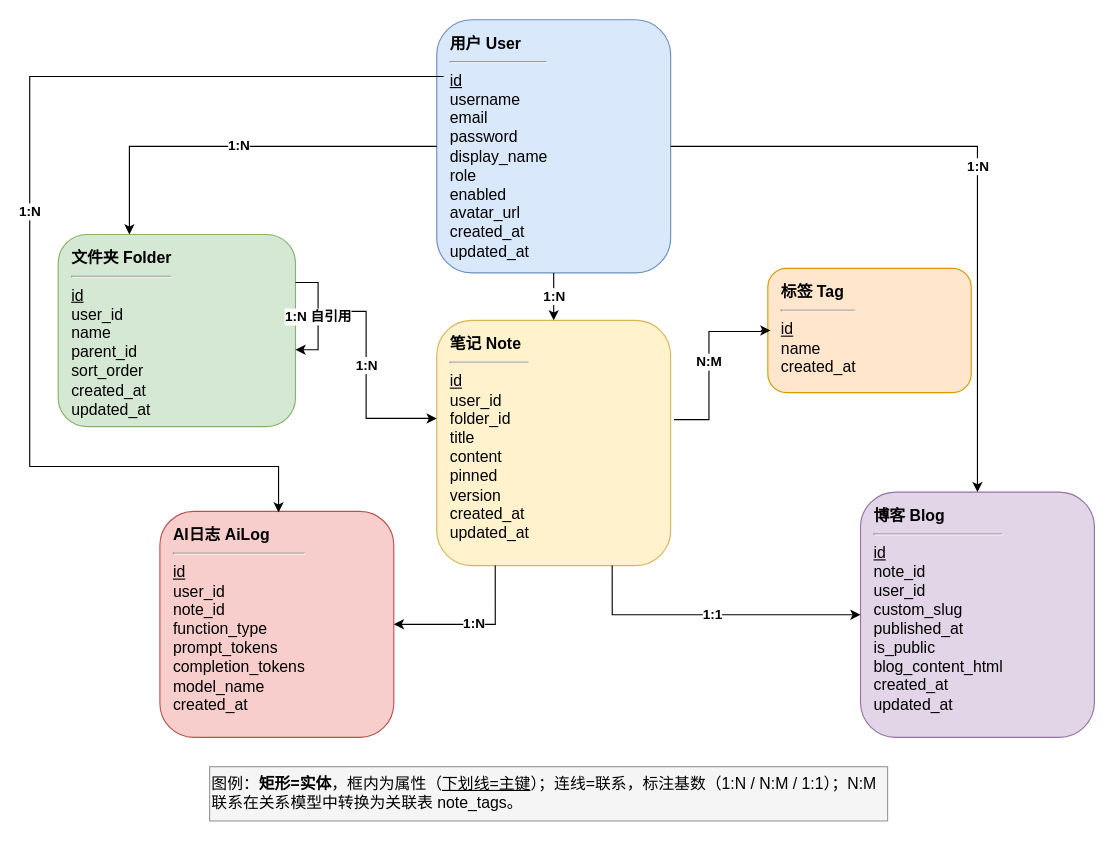
Earlier version of the draw.io diagram E-R图.drawio (SeekLife0/diagrams). Source tidied: cells renumbered, new cells numbered last; positions are measured from the earlier drawing's top-left corner, leaving out a move shared by most shapes. Both pictures are drawn from the tidied source at 113%, with x=0, y=0 at pixel (29, 19).
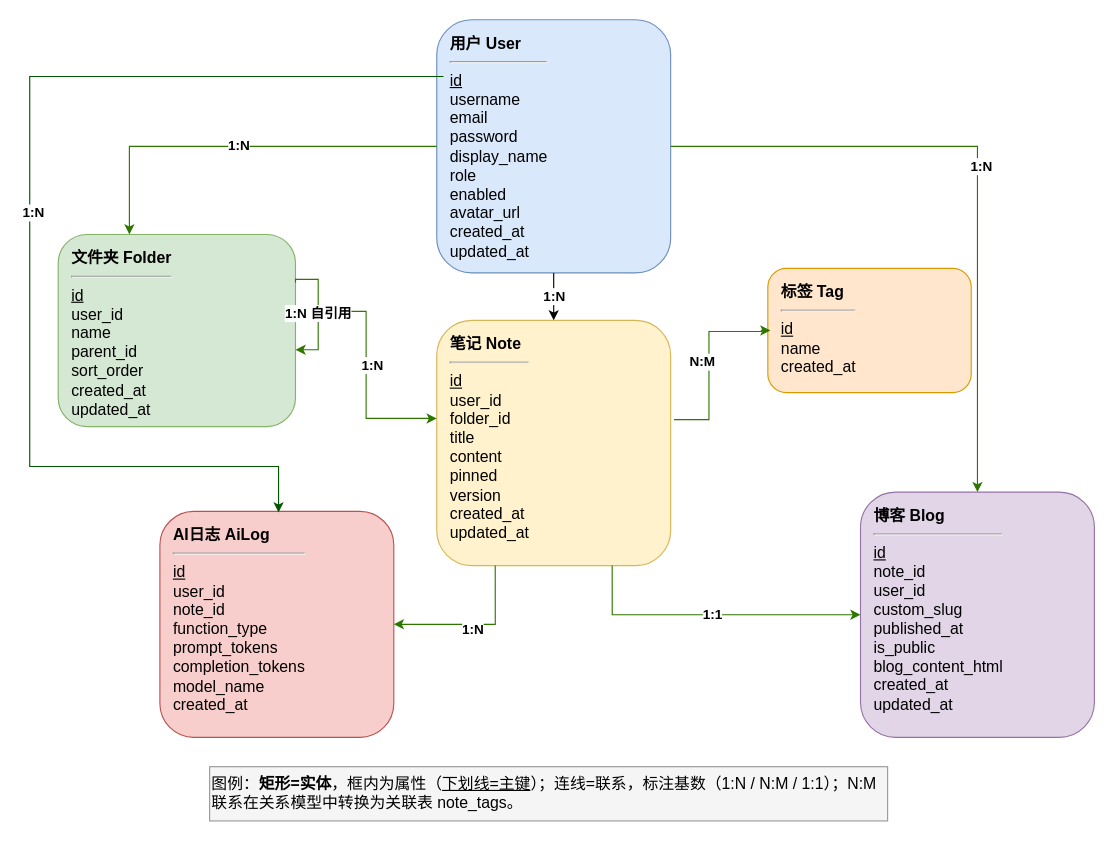
After the change.

Unchanged cells that the change refers to:
```xml
<mxCell id="2" value="&lt;b&gt;用户 User&lt;/b&gt;&lt;br&gt;&lt;hr&gt;&lt;u&gt;id&lt;/u&gt;&lt;br&gt;username&lt;br&gt;email&lt;br&gt;password&lt;br&gt;display_name&lt;br&gt;role&lt;br&gt;enabled&lt;br&gt;avatar_url&lt;br&gt;created_at&lt;br&gt;updated_at" style="rounded=1;whiteSpace=wrap;html=1;fillColor=#dae8fc;strokeColor=#6c8ebf;verticalAlign=top;align=left;spacingLeft=10;spacingTop=6;fontSize=14;" parent="1" vertex="1">
  <mxGeometry x="360" width="207" height="224" as="geometry" />
</mxCell>
<mxCell id="3" value="&lt;b&gt;文件夹 Folder&lt;/b&gt;&lt;br&gt;&lt;hr&gt;&lt;u&gt;id&lt;/u&gt;&lt;br&gt;user_id&lt;br&gt;name&lt;br&gt;parent_id&lt;br&gt;sort_order&lt;br&gt;created_at&lt;br&gt;updated_at" style="rounded=1;whiteSpace=wrap;html=1;fillColor=#d5e8d4;strokeColor=#82b366;verticalAlign=top;align=left;spacingLeft=10;spacingTop=6;fontSize=14;" parent="1" vertex="1">
  <mxGeometry x="25" y="190" width="210" height="170" as="geometry" />
</mxCell>
<mxCell id="4" value="&lt;b&gt;笔记 Note&lt;/b&gt;&lt;br&gt;&lt;hr&gt;&lt;u&gt;id&lt;/u&gt;&lt;br&gt;user_id&lt;br&gt;folder_id&lt;br&gt;title&lt;br&gt;content&lt;br&gt;pinned&lt;br&gt;version&lt;br&gt;created_at&lt;br&gt;updated_at" style="rounded=1;whiteSpace=wrap;html=1;fillColor=#fff2cc;strokeColor=#d6b656;verticalAlign=top;align=left;spacingLeft=10;spacingTop=6;fontSize=14;" parent="1" vertex="1">
  <mxGeometry x="360" y="266" width="207" height="217" as="geometry" />
</mxCell>
<mxCell id="5" value="&lt;b&gt;标签 Tag&lt;/b&gt;&lt;br&gt;&lt;hr&gt;&lt;u&gt;id&lt;/u&gt;&lt;br&gt;name&lt;br&gt;created_at" style="rounded=1;whiteSpace=wrap;html=1;fillColor=#ffe6cc;strokeColor=#d79b00;verticalAlign=top;align=left;spacingLeft=10;spacingTop=6;fontSize=14;" parent="1" vertex="1">
  <mxGeometry x="653" y="220" width="180" height="110" as="geometry" />
</mxCell>
<mxCell id="6" value="&lt;b&gt;博客 Blog&lt;/b&gt;&lt;br&gt;&lt;hr&gt;&lt;u&gt;id&lt;/u&gt;&lt;br&gt;note_id&lt;br&gt;user_id&lt;br&gt;custom_slug&lt;br&gt;published_at&lt;br&gt;is_public&lt;br&gt;blog_content_html&lt;br&gt;created_at&lt;br&gt;updated_at" style="rounded=1;whiteSpace=wrap;html=1;fillColor=#e1d5e7;strokeColor=#9673a6;verticalAlign=top;align=left;spacingLeft=10;spacingTop=6;fontSize=14;" parent="1" vertex="1">
  <mxGeometry x="735" y="418" width="207" height="217" as="geometry" />
</mxCell>
<mxCell id="7" value="&lt;b&gt;AI日志 AiLog&lt;/b&gt;&lt;br&gt;&lt;hr&gt;&lt;u&gt;id&lt;/u&gt;&lt;br&gt;user_id&lt;br&gt;note_id&lt;br&gt;function_type&lt;br&gt;prompt_tokens&lt;br&gt;completion_tokens&lt;br&gt;model_name&lt;br&gt;created_at" style="rounded=1;whiteSpace=wrap;html=1;fillColor=#f8cecc;strokeColor=#b85450;verticalAlign=top;align=left;spacingLeft=10;spacingTop=6;fontSize=14;" parent="1" vertex="1">
  <mxGeometry x="115" y="435" width="207" height="200" as="geometry" />
</mxCell>
```

What changed in the source:
```diff
@@
-    <mxCell id="8" value="1:N" style="edgeStyle=orthogonalEdgeStyle;rounded=0;jettySize=auto;html=1;fontStyle=1;fontSize=12;labelBackgroundColor=#ffffff;exitX=0;exitY=0.5;exitDx=0;exitDy=0;entryX=0.3;entryY=0;entryDx=0;entryDy=0;" parent="1" edge="1" source="2" target="3">
+    <mxCell id="8" value="1:N" style="edgeStyle=orthogonalEdgeStyle;rounded=0;jettySize=auto;html=1;fontStyle=1;fontSize=12;labelBackgroundColor=#ffffff;exitX=0;exitY=0.5;exitDx=0;exitDy=0;entryX=0.3;entryY=0;entryDx=0;entryDy=0;fillColor=#60a917;strokeColor=#2D7600;fontColor=light-dark(#000000,#67AB9F);" parent="1" edge="1" source="2" target="3">
       <mxGeometry relative="1" as="geometry" />
     </mxCell>
@@
-    <mxCell id="10" value="1:N" style="edgeStyle=orthogonalEdgeStyle;rounded=0;jettySize=auto;html=1;fontStyle=1;fontSize=12;labelBackgroundColor=#ffffff;entryX=0.5;entryY=0;entryDx=0;entryDy=0;exitX=1;exitY=0.5;exitDx=0;exitDy=0;" parent="1" edge="1" source="2" target="6">
-      <mxGeometry relative="1" as="geometry" />
+    <mxCell id="10" value="1:N" style="edgeStyle=orthogonalEdgeStyle;rounded=0;jettySize=auto;html=1;fontStyle=1;fontSize=12;labelBackgroundColor=#ffffff;entryX=0.5;entryY=0;entryDx=0;entryDy=0;exitX=1;exitY=0.5;exitDx=0;exitDy=0;fillColor=#60a917;strokeColor=#2D7600;fontColor=light-dark(#000000,#67AB9F);" parent="1" edge="1" source="2" target="6">
+      <mxGeometry y="3" relative="1" as="geometry" />
     </mxCell>
-    <mxCell id="11" value="1:N" style="edgeStyle=orthogonalEdgeStyle;rounded=0;orthogonalLoop=1;jettySize=auto;html=1;fontStyle=1;fontSize=12;labelBackgroundColor=#ffffff;exitX=0;exitY=0.25;exitDx=0;exitDy=0;entryX=0.5;entryY=0;entryDx=0;entryDy=0;" parent="1" edge="1">
-      <mxGeometry relative="1" as="geometry">
+    <mxCell id="11" value="1:N" style="edgeStyle=orthogonalEdgeStyle;rounded=0;orthogonalLoop=1;jettySize=auto;html=1;fontStyle=1;fontSize=12;labelBackgroundColor=#ffffff;exitX=0;exitY=0.25;exitDx=0;exitDy=0;entryX=0.5;entryY=0;entryDx=0;entryDy=0;fillColor=#008a00;strokeColor=#005700;fontColor=light-dark(#000000,#67AB9F);" parent="1" edge="1">
+      <mxGeometry y="3" relative="1" as="geometry">
         <mxPoint x="366" y="50.2" as="sourcePoint" />
         <mxPoint x="220" y="436" as="targetPoint" />
         <Array as="points">
           <mxPoint x="-0.2" y="50.3" />
           <mxPoint x="-0.2" y="395.3" />
           <mxPoint x="220" y="395.3" />
         </Array>
+        <mxPoint y="1" as="offset" />
       </mxGeometry>
     </mxCell>
-    <mxCell id="12" value="1:N" style="edgeStyle=orthogonalEdgeStyle;rounded=0;jettySize=auto;html=1;fontStyle=1;fontSize=12;labelBackgroundColor=#ffffff;exitX=1;exitY=0.4;exitDx=0;exitDy=0;entryX=0;entryY=0.4;entryDx=0;entryDy=0;" parent="1" edge="1" source="3" target="4">
-      <mxGeometry relative="1" as="geometry" />
+    <mxCell id="12" value="1:N" style="edgeStyle=orthogonalEdgeStyle;rounded=0;jettySize=auto;html=1;fontStyle=1;fontSize=12;labelBackgroundColor=#ffffff;exitX=1;exitY=0.4;exitDx=0;exitDy=0;entryX=0;entryY=0.4;entryDx=0;entryDy=0;fillColor=#60a917;strokeColor=#2D7600;fontColor=light-dark(#000000,#67AB9F);" parent="1" edge="1" source="3" target="4">
+      <mxGeometry y="5" relative="1" as="geometry" />
     </mxCell>
-    <mxCell id="13" value="N:M" style="edgeStyle=orthogonalEdgeStyle;rounded=0;jettySize=auto;html=1;fontStyle=1;fontSize=12;labelBackgroundColor=#ffffff;entryX=0.013;entryY=0.499;entryDx=0;entryDy=0;entryPerimeter=0;" parent="1" edge="1" target="5">
-      <mxGeometry relative="1" as="geometry">
+    <mxCell id="13" value="N:M" style="edgeStyle=orthogonalEdgeStyle;rounded=0;jettySize=auto;html=1;fontStyle=1;fontSize=12;labelBackgroundColor=#ffffff;entryX=0.013;entryY=0.499;entryDx=0;entryDy=0;entryPerimeter=0;fillColor=#60a917;strokeColor=#2D7600;fontColor=light-dark(#000000,#67AB9F);" parent="1" edge="1" target="5">
+      <mxGeometry x="-0.01" y="6" relative="1" as="geometry">
         <mxPoint x="570" y="353.9" as="sourcePoint" />
         <Array as="points">
           <mxPoint x="600.9" y="353.9" />
           <mxPoint x="600.9" y="275.9" />
           <mxPoint x="647.3" y="275.9" />
         </Array>
+        <mxPoint y="-1" as="offset" />
       </mxGeometry>
     </mxCell>
-    <mxCell id="14" value="1:1" style="edgeStyle=orthogonalEdgeStyle;rounded=0;jettySize=auto;html=1;fontStyle=1;fontSize=12;labelBackgroundColor=#ffffff;exitX=0.75;exitY=1;exitDx=0;exitDy=0;entryX=0;entryY=0.5;entryDx=0;entryDy=0;" parent="1" edge="1" source="4" target="6">
+    <mxCell id="14" value="1:1" style="edgeStyle=orthogonalEdgeStyle;rounded=0;jettySize=auto;html=1;fontStyle=1;fontSize=12;labelBackgroundColor=#ffffff;exitX=0.75;exitY=1;exitDx=0;exitDy=0;entryX=0;entryY=0.5;entryDx=0;entryDy=0;fillColor=#60a917;strokeColor=#2D7600;fontColor=light-dark(#000000,#67AB9F);" parent="1" edge="1" source="4" target="6">
       <mxGeometry relative="1" as="geometry">
         <Array as="points">
           <mxPoint x="515.3" y="526.5" />
         </Array>
       </mxGeometry>
     </mxCell>
-    <mxCell id="15" value="1:N" style="edgeStyle=orthogonalEdgeStyle;rounded=0;jettySize=auto;html=1;fontStyle=1;fontSize=12;labelBackgroundColor=#ffffff;exitX=0.25;exitY=1;exitDx=0;exitDy=0;entryX=1;entryY=0.5;entryDx=0;entryDy=0;" parent="1" edge="1" source="4" target="7">
-      <mxGeometry relative="1" as="geometry" />
+    <mxCell id="15" value="1:N" style="edgeStyle=orthogonalEdgeStyle;rounded=0;jettySize=auto;html=1;fontStyle=1;fontSize=12;labelBackgroundColor=#ffffff;exitX=0.25;exitY=1;exitDx=0;exitDy=0;entryX=1;entryY=0.5;entryDx=0;entryDy=0;fillColor=#60a917;strokeColor=#2D7600;fontColor=light-dark(#000000,#67AB9F);" parent="1" edge="1" source="4" target="7">
+      <mxGeometry x="0.01" y="5" relative="1" as="geometry" />
     </mxCell>
-    <mxCell id="16" value="1:N 自引用" style="edgeStyle=orthogonalEdgeStyle;rounded=0;orthogonalLoop=1;jettySize=auto;html=1;fontStyle=1;fontSize=12;labelBackgroundColor=#ffffff;exitX=1;exitY=0.25;exitDx=0;exitDy=0;entryX=1;entryY=0.6;entryDx=0;entryDy=0;" parent="1" edge="1" source="3" target="3">
-      <mxGeometry relative="1" as="geometry" />
+    <mxCell id="16" value="1:N 自引用" style="edgeStyle=orthogonalEdgeStyle;rounded=0;orthogonalLoop=1;jettySize=auto;html=1;fontStyle=1;fontSize=12;labelBackgroundColor=#ffffff;exitX=1;exitY=0.25;exitDx=0;exitDy=0;entryX=1;entryY=0.6;entryDx=0;entryDy=0;innerLoopWaypoints=1;fillColor=#60a917;strokeColor=#2D7600;fontColor=light-dark(#000000,#67AB9F);" parent="1" edge="1" source="3" target="3">
+      <mxGeometry relative="1" as="geometry">
+        <Array as="points">
+          <mxPoint x="235.1" y="229.7" />
+          <mxPoint x="255.1" y="229.7" />
+          <mxPoint x="255.1" y="291.9" />
+        </Array>
+      </mxGeometry>
     </mxCell>
```
